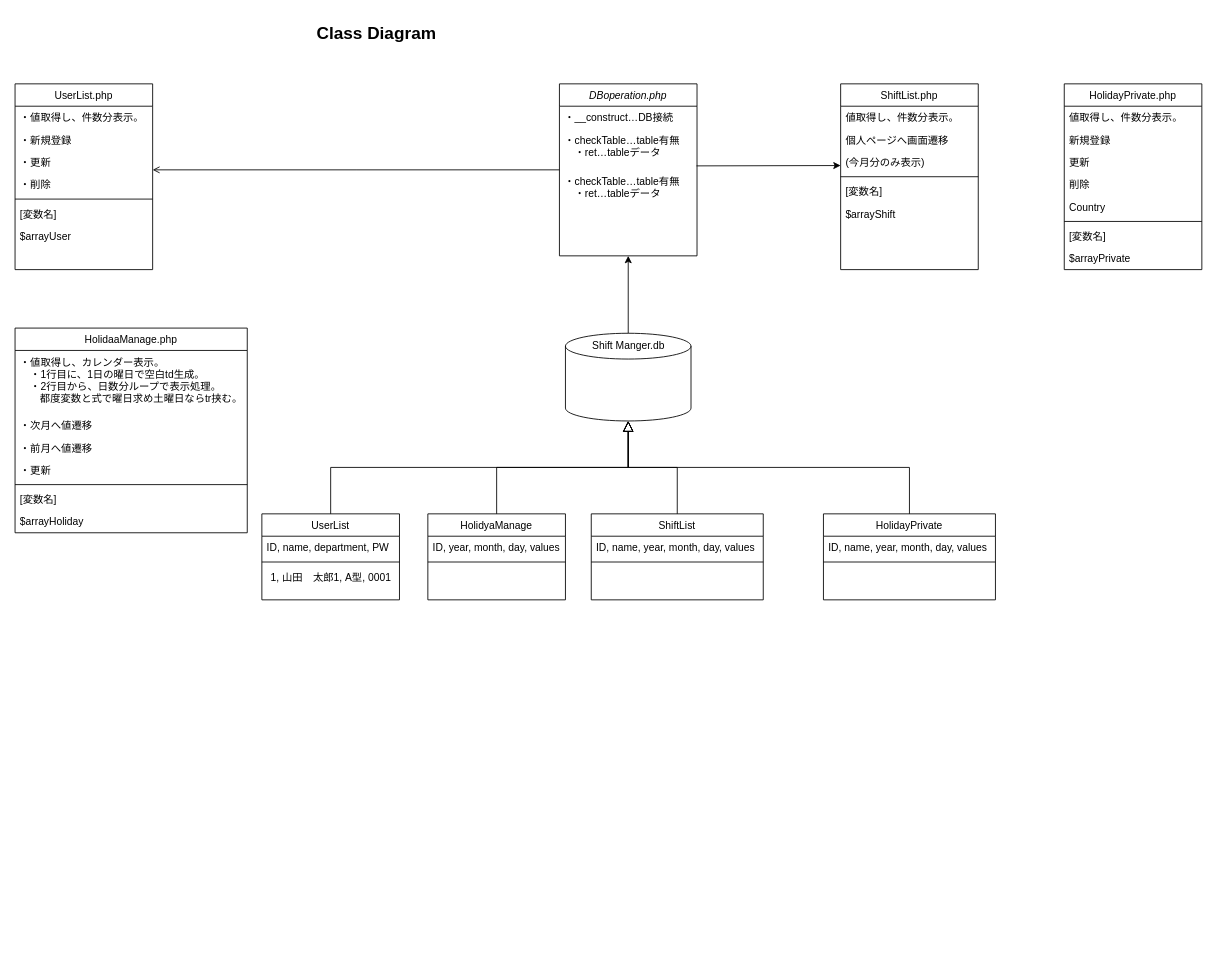
This is Class Diagram.drawio from koji79/koji79, a draw.io file, before an edit. Source tidied: cells renumbered, new cells numbered last; positions are measured from the earlier drawing's top-left corner, leaving out a move shared by most shapes. Both pictures are drawn from the tidied source at 86%, with x=0, y=0 at pixel (15, 15).
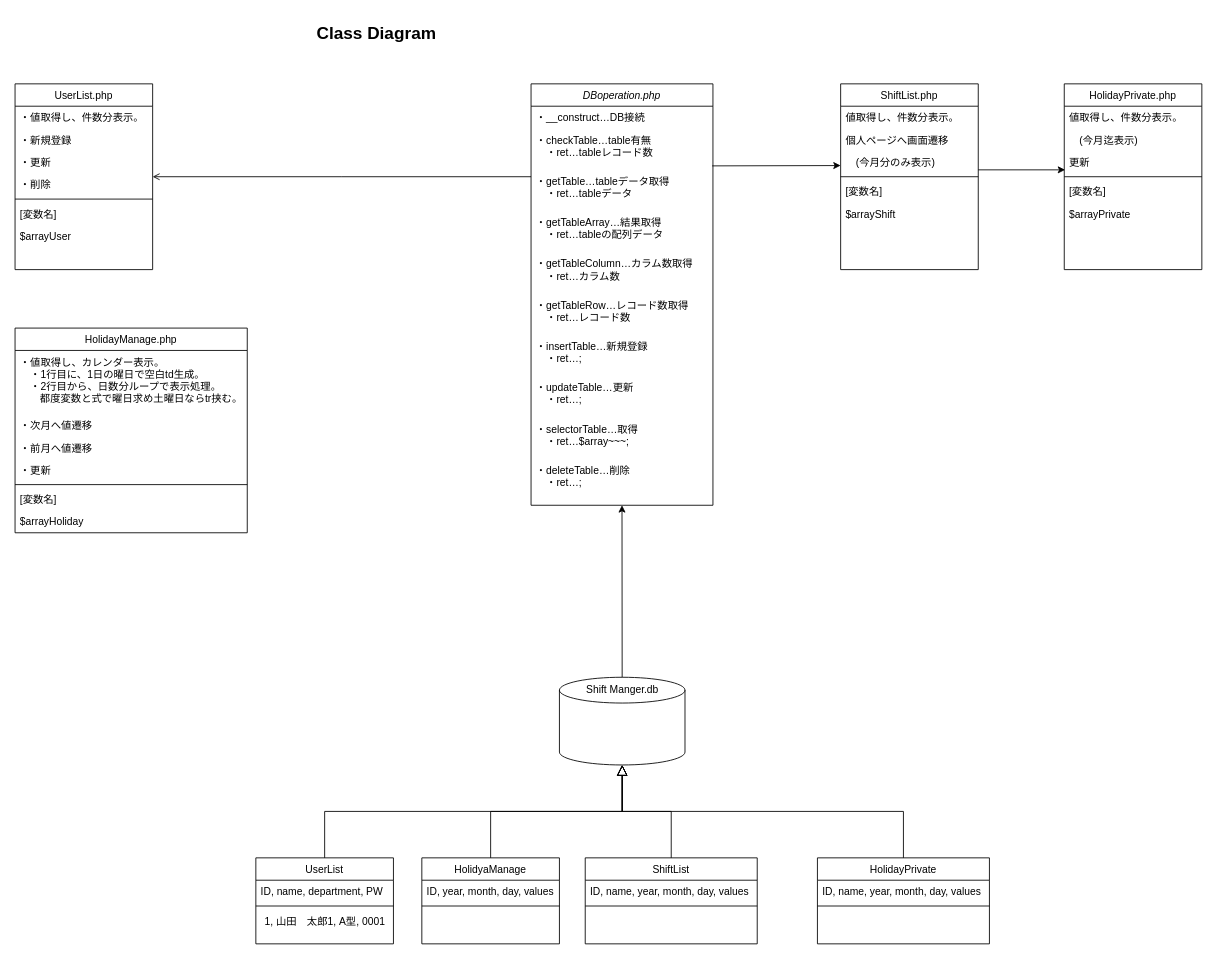
Above is the later version.

Commit message:
Class Diagram.drawio を更新します

The change refers to these unchanged cells:
```xml
<mxCell id="37" value="ShiftList.php" style="swimlane;fontStyle=0;align=center;verticalAlign=top;horizontal=1;startSize=26;rounded=0;shadow=0;strokeWidth=1;" parent="1" vertex="1">
  <mxGeometry x="960" y="80" width="160" height="216" as="geometry" />
</mxCell>
<mxCell id="53" value="HolidayPrivate.php" style="swimlane;fontStyle=0;align=center;verticalAlign=top;horizontal=1;startSize=26;rounded=0;shadow=0;strokeWidth=1;" parent="1" vertex="1">
  <mxGeometry x="1220" y="80" width="160" height="216" as="geometry" />
</mxCell>
```

What changed in the source:
```diff
@@
     <mxCell id="2" value="DBoperation.php" style="swimlane;fontStyle=2;align=center;verticalAlign=top;horizontal=1;startSize=26;rounded=0;shadow=0;strokeWidth=1;" parent="1" vertex="1">
-      <mxGeometry x="633" y="80" width="160" height="200" as="geometry" />
+      <mxGeometry x="600" y="80" width="211.5" height="490" as="geometry" />
     </mxCell>
     <mxCell id="3" value="・__construct…DB接続" style="text;align=left;verticalAlign=top;spacingLeft=4;spacingRight=4;overflow=hidden;" parent="2" vertex="1">
-      <mxGeometry y="26" width="160" height="26" as="geometry" />
+      <mxGeometry y="26" width="211.5" height="26" as="geometry" />
     </mxCell>
-    <mxCell id="4" value="・checkTable…table有無&#10;　・ret…tableデータ" style="text;align=left;verticalAlign=top;spacingLeft=4;spacingRight=4;overflow=hidden;points=[[0,0.5],[1,0.5]];portConstraint=eastwest;rounded=0;shadow=0;html=0;" parent="2" vertex="1">
-      <mxGeometry y="52" width="160" height="48" as="geometry" />
+    <mxCell id="4" value="・checkTable…table有無&#10;　・ret…tableレコード数" style="text;align=left;verticalAlign=top;spacingLeft=4;spacingRight=4;overflow=hidden;points=[[0,0.5],[1,0.5]];portConstraint=eastwest;rounded=0;shadow=0;html=0;" parent="2" vertex="1">
+      <mxGeometry y="52" width="211.5" height="48" as="geometry" />
     </mxCell>
-    <mxCell id="5" value="・checkTable…table有無&#10;　・ret…tableデータ" style="text;align=left;verticalAlign=top;spacingLeft=4;spacingRight=4;overflow=hidden;rounded=0;shadow=0;html=0;" parent="2" vertex="1">
-      <mxGeometry y="100" width="160" height="48" as="geometry" />
+    <mxCell id="5" value="・getTable…tableデータ取得&#10;　・ret…tableデータ&#10;" style="text;align=left;verticalAlign=top;spacingLeft=4;spacingRight=4;overflow=hidden;rounded=0;shadow=0;html=0;" parent="2" vertex="1">
+      <mxGeometry y="100" width="211.5" height="48" as="geometry" />
     </mxCell>
+    <mxCell id="62" value="・getTableArray…結果取得&#10;　・ret…tableの配列データ&#10;" style="text;align=left;verticalAlign=top;spacingLeft=4;spacingRight=4;overflow=hidden;rounded=0;shadow=0;html=0;" parent="2" vertex="1">
+      <mxGeometry y="148" width="211.5" height="48" as="geometry" />
+    </mxCell>
+    <mxCell id="63" value="・getTableColumn…カラム数取得&#10;　・ret…カラム数&#10;" style="text;align=left;verticalAlign=top;spacingLeft=4;spacingRight=4;overflow=hidden;rounded=0;shadow=0;html=0;" parent="2" vertex="1">
+      <mxGeometry y="196" width="211.5" height="48" as="geometry" />
+    </mxCell>
+    <mxCell id="64" value="・getTableRow…レコード数取得&#10;　・ret…レコード数&#10;" style="text;align=left;verticalAlign=top;spacingLeft=4;spacingRight=4;overflow=hidden;rounded=0;shadow=0;html=0;" parent="2" vertex="1">
+      <mxGeometry y="244" width="211.5" height="48" as="geometry" />
+    </mxCell>
+    <mxCell id="65" value="・insertTable…新規登録&#10;　・ret…;&#10;" style="text;align=left;verticalAlign=top;spacingLeft=4;spacingRight=4;overflow=hidden;rounded=0;shadow=0;html=0;" parent="2" vertex="1">
+      <mxGeometry y="292" width="211.5" height="48" as="geometry" />
+    </mxCell>
+    <mxCell id="66" value="・updateTable…更新&#10;　・ret…;&#10;" style="text;align=left;verticalAlign=top;spacingLeft=4;spacingRight=4;overflow=hidden;rounded=0;shadow=0;html=0;" parent="2" vertex="1">
+      <mxGeometry y="340" width="211.5" height="48" as="geometry" />
+    </mxCell>
+    <mxCell id="67" value="・selectorTable…取得&#10;　・ret…$array~~~;&#10;" style="text;align=left;verticalAlign=top;spacingLeft=4;spacingRight=4;overflow=hidden;rounded=0;shadow=0;html=0;" parent="2" vertex="1">
+      <mxGeometry y="388" width="211.5" height="48" as="geometry" />
+    </mxCell>
+    <mxCell id="68" value="・deleteTable…削除&#10;　・ret…;&#10;" style="text;align=left;verticalAlign=top;spacingLeft=4;spacingRight=4;overflow=hidden;rounded=0;shadow=0;html=0;" parent="2" vertex="1">
+      <mxGeometry y="436" width="211.5" height="48" as="geometry" />
+    </mxCell>
     <mxCell id="6" value="UserList" style="swimlane;fontStyle=0;align=center;verticalAlign=top;horizontal=1;startSize=26;rounded=0;shadow=0;strokeWidth=1;" parent="1" vertex="1">
-      <mxGeometry x="287" y="580" width="160" height="100" as="geometry" />
+      <mxGeometry x="280" y="980" width="160" height="100" as="geometry" />
     </mxCell>
@@
     <mxCell id="22" style="shape=cylinder3;whiteSpace=wrap;html=1;boundedLbl=1;backgroundOutline=1;size=15;strokeWidth=1;fontSize=20;fontStyle=0;" parent="1" vertex="1">
-      <mxGeometry x="640" y="370" width="146" height="102" as="geometry" />
+      <mxGeometry x="633" y="770" width="146" height="102" as="geometry" />
     </mxCell>
@@
     <mxCell id="24" value="Shift Manger.db" style="text;html=1;align=center;verticalAlign=middle;strokeColor=none;fillColor=none;fontSize=12;fontStyle=0;" parent="1" vertex="1">
-      <mxGeometry x="658" y="370" width="110" height="30" as="geometry" />
+      <mxGeometry x="651" y="770" width="110" height="30" as="geometry" />
     </mxCell>
     <mxCell id="25" value="ShiftList" style="swimlane;fontStyle=0;align=center;verticalAlign=top;horizontal=1;startSize=26;rounded=0;shadow=0;strokeWidth=1;" parent="1" vertex="1">
-      <mxGeometry x="670" y="580" width="200" height="100" as="geometry" />
+      <mxGeometry x="663" y="980" width="200" height="100" as="geometry" />
     </mxCell>
@@
     <mxCell id="28" value="HolidayPrivate" style="swimlane;fontStyle=0;align=center;verticalAlign=top;horizontal=1;startSize=26;rounded=0;shadow=0;strokeWidth=1;" parent="1" vertex="1">
-      <mxGeometry x="940" y="580" width="200" height="100" as="geometry" />
+      <mxGeometry x="933" y="980" width="200" height="100" as="geometry" />
     </mxCell>
@@
     <mxCell id="31" value="HolidyaManage" style="swimlane;fontStyle=0;align=center;verticalAlign=top;horizontal=1;startSize=26;rounded=0;shadow=0;strokeWidth=1;" parent="1" vertex="1">
-      <mxGeometry x="480" y="580" width="160" height="100" as="geometry" />
+      <mxGeometry x="473" y="980" width="160" height="100" as="geometry" />
     </mxCell>
@@
-    <mxCell id="40" value="(今月分のみ表示)" style="text;align=left;verticalAlign=top;spacingLeft=4;spacingRight=4;overflow=hidden;rounded=0;shadow=0;html=0;fontStyle=0;" parent="37" vertex="1">
+    <mxCell id="40" value="　(今月分のみ表示)" style="text;align=left;verticalAlign=top;spacingLeft=4;spacingRight=4;overflow=hidden;rounded=0;shadow=0;html=0;fontStyle=0;" parent="37" vertex="1">
       <mxGeometry y="78" width="160" height="26" as="geometry" />
     </mxCell>
@@
-    <mxCell id="44" value="HolidaaManage.php" style="swimlane;fontStyle=0;align=center;verticalAlign=top;horizontal=1;startSize=26;rounded=0;shadow=0;strokeWidth=1;" parent="1" vertex="1">
+    <mxCell id="44" value="HolidayManage.php" style="swimlane;fontStyle=0;align=center;verticalAlign=top;horizontal=1;startSize=26;rounded=0;shadow=0;strokeWidth=1;" parent="1" vertex="1">
       <mxGeometry y="364" width="270" height="238" as="geometry" />
     </mxCell>
@@
-    <mxCell id="55" value="新規登録" style="text;align=left;verticalAlign=top;spacingLeft=4;spacingRight=4;overflow=hidden;rounded=0;shadow=0;html=0;" parent="53" vertex="1">
+    <mxCell id="55" value="　(今月迄表示)" style="text;align=left;verticalAlign=top;spacingLeft=4;spacingRight=4;overflow=hidden;rounded=0;shadow=0;html=0;fontStyle=0;" parent="53" vertex="1">
       <mxGeometry y="52" width="160" height="26" as="geometry" />
     </mxCell>
@@
-    <mxCell id="57" value="削除" style="text;align=left;verticalAlign=top;spacingLeft=4;spacingRight=4;overflow=hidden;rounded=0;shadow=0;html=0;" parent="53" vertex="1">
-      <mxGeometry y="104" width="160" height="26" as="geometry" />
-    </mxCell>
-    <mxCell id="58" value="Country" style="text;align=left;verticalAlign=top;spacingLeft=4;spacingRight=4;overflow=hidden;rounded=0;shadow=0;html=0;" parent="53" vertex="1">
-      <mxGeometry y="130" width="160" height="26" as="geometry" />
-    </mxCell>
     <mxCell id="59" style="line;html=1;strokeWidth=1;align=left;verticalAlign=middle;spacingTop=-1;spacingLeft=3;spacingRight=3;labelPosition=right;" parent="53" vertex="1">
-      <mxGeometry y="156" width="160" height="8" as="geometry" />
+      <mxGeometry y="104" width="160" height="8" as="geometry" />
     </mxCell>
     <mxCell id="60" value="[変数名]" style="text;align=left;verticalAlign=top;spacingLeft=4;spacingRight=4;overflow=hidden;" parent="53" vertex="1">
-      <mxGeometry y="164" width="160" height="26" as="geometry" />
+      <mxGeometry y="112" width="160" height="26" as="geometry" />
     </mxCell>
     <mxCell id="61" value="$arrayPrivate" style="text;align=left;verticalAlign=top;spacingLeft=4;spacingRight=4;overflow=hidden;" parent="53" vertex="1">
-      <mxGeometry y="190" width="160" height="26" as="geometry" />
+      <mxGeometry y="138" width="160" height="26" as="geometry" />
     </mxCell>
+    <mxCell id="69" style="endArrow=classic;html=1;rounded=0;entryX=0.006;entryY=-0.154;entryDx=0;entryDy=0;entryPerimeter=0;" parent="1" edge="1">
+      <mxGeometry relative="1" as="geometry">
+        <mxPoint x="1120" y="180" as="sourcePoint" />
+        <mxPoint x="1221" y="180" as="targetPoint" />
+      </mxGeometry>
+    </mxCell>
```
